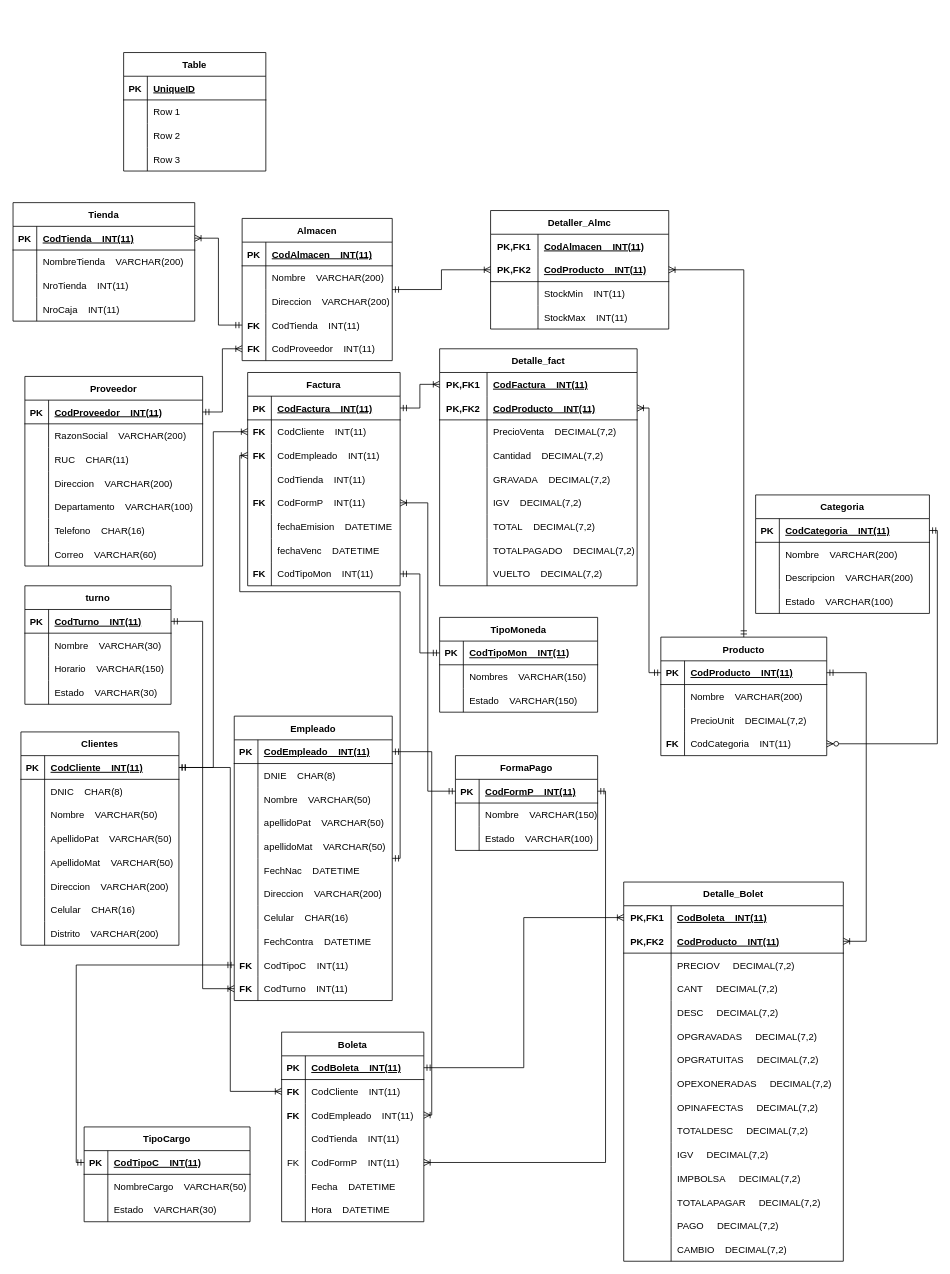
This is Tambo.drawio from josdahuqui1992/SistemaTambo, a draw.io file, before an edit. Source tidied: cells renumbered, new cells numbered last; positions are measured from the earlier drawing's top-left corner, leaving out a move shared by most shapes. Both pictures are drawn from the tidied source at 79%, with x=0, y=0 at pixel (13, 52).
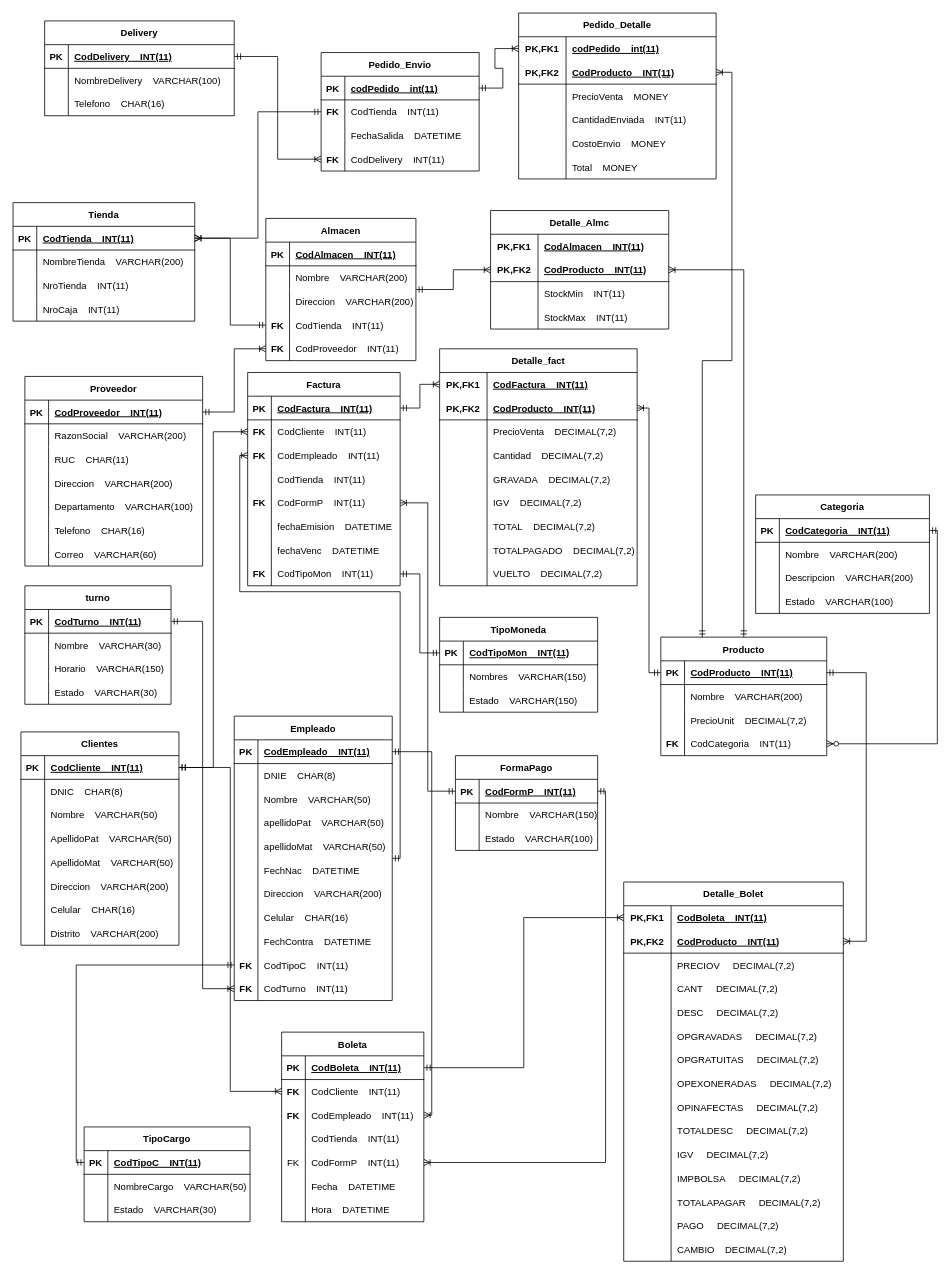
After the change.

Unchanged cells that the change refers to:
```xml
<mxCell id="24" value="Producto" style="shape=table;startSize=30;childLayout=tableLayout;rowLines=0;fontStyle=1;align=center;" parent="1" vertex="1">
  <mxGeometry x="820" y="740" width="210" height="150" as="geometry" />
</mxCell>
<mxCell id="309" style="shape=tableRow;horizontal=0;startSize=0;swimlaneHead=0;swimlaneBody=0;fillColor=none;points=[[0,0.5],[1,0.5]];portConstraint=eastwest;top=0;left=0;right=0;bottom=1;" parent="308" vertex="1">
  <mxGeometry y="30" width="230" height="30" as="geometry" />
</mxCell>
```

Diff of the diagram source:
```diff
@@
-    <mxCell id="278" value="Detaller_Almc" style="shape=table;startSize=30;childLayout=tableLayout;rowLines=0;fontStyle=1;align=center;" parent="1" vertex="1">
+    <mxCell id="278" value="Detalle_Almc" style="shape=table;startSize=30;childLayout=tableLayout;rowLines=0;fontStyle=1;align=center;" parent="1" vertex="1">
       <mxGeometry x="604.5" y="200" width="225.5" height="150" as="geometry" />
     </mxCell>
@@
     <mxCell id="292" value="Almacen" style="shape=table;startSize=30;childLayout=tableLayout;rowLines=0;fontStyle=1;align=center;" parent="1" vertex="1">
-      <mxGeometry x="290" y="210" width="190" height="180" as="geometry" />
+      <mxGeometry x="320" y="210" width="190" height="180" as="geometry" />
     </mxCell>
@@
-    <mxCell id="333" value="Table" style="shape=table;startSize=30;childLayout=tableLayout;rowLines=0;fontStyle=1;align=center;" parent="1" vertex="1">
-      <mxGeometry x="140" width="180" height="150" as="geometry" />
+    <mxCell id="333" value="Pedido_Envio" style="shape=table;startSize=30;childLayout=tableLayout;rowLines=0;fontStyle=1;align=center;" parent="1" vertex="1">
+      <mxGeometry x="390" width="200" height="150" as="geometry" />
     </mxCell>
     <mxCell id="334" style="shape=tableRow;horizontal=0;startSize=0;swimlaneHead=0;swimlaneBody=0;fillColor=none;points=[[0,0.5],[1,0.5]];portConstraint=eastwest;top=0;left=0;right=0;bottom=1;" parent="333" vertex="1">
-      <mxGeometry y="30" width="180" height="30" as="geometry" />
+      <mxGeometry y="30" width="200" height="30" as="geometry" />
     </mxCell>
@@
-    <mxCell id="336" value="UniqueID" style="shape=partialRectangle;fillColor=none;top=0;left=0;bottom=0;right=0;align=left;spacingLeft=6;fontStyle=5;overflow=hidden;" parent="334" vertex="1">
-      <mxGeometry x="30" width="150" height="30" as="geometry" />
+    <mxCell id="336" value="codPedido    int(11)" style="shape=partialRectangle;fillColor=none;top=0;left=0;bottom=0;right=0;align=left;spacingLeft=6;fontStyle=5;overflow=hidden;" parent="334" vertex="1">
+      <mxGeometry x="30" width="170" height="30" as="geometry" />
     </mxCell>
     <mxCell id="337" style="shape=tableRow;horizontal=0;startSize=0;swimlaneHead=0;swimlaneBody=0;fillColor=none;points=[[0,0.5],[1,0.5]];portConstraint=eastwest;top=0;left=0;right=0;bottom=0;" parent="333" vertex="1">
-      <mxGeometry y="60" width="180" height="30" as="geometry" />
+      <mxGeometry y="60" width="200" height="30" as="geometry" />
     </mxCell>
-    <mxCell id="338" style="shape=partialRectangle;fillColor=none;top=0;left=0;bottom=0;right=0;overflow=hidden;" parent="337" vertex="1">
+    <mxCell id="338" value="FK" style="shape=partialRectangle;fillColor=none;top=0;left=0;bottom=0;right=0;overflow=hidden;fontStyle=1;" parent="337" vertex="1">
       <mxGeometry width="30" height="30" as="geometry" />
     </mxCell>
-    <mxCell id="339" value="Row 1" style="shape=partialRectangle;fillColor=none;top=0;left=0;bottom=0;right=0;align=left;spacingLeft=6;overflow=hidden;" parent="337" vertex="1">
-      <mxGeometry x="30" width="150" height="30" as="geometry" />
+    <mxCell id="339" value="CodTienda    INT(11)" style="shape=partialRectangle;fillColor=none;top=0;left=0;bottom=0;right=0;align=left;spacingLeft=6;overflow=hidden;" parent="337" vertex="1">
+      <mxGeometry x="30" width="170" height="30" as="geometry" />
     </mxCell>
     <mxCell id="340" style="shape=tableRow;horizontal=0;startSize=0;swimlaneHead=0;swimlaneBody=0;fillColor=none;top=0;left=0;right=0;bottom=0;" parent="333" vertex="1">
-      <mxGeometry y="90" width="180" height="30" as="geometry" />
+      <mxGeometry y="90" width="200" height="30" as="geometry" />
     </mxCell>
@@
-    <mxCell id="342" value="Row 2" style="shape=partialRectangle;fillColor=none;top=0;left=0;bottom=0;right=0;align=left;spacingLeft=6;overflow=hidden;" parent="340" vertex="1">
-      <mxGeometry x="30" width="150" height="30" as="geometry" />
+    <mxCell id="342" value="FechaSalida    DATETIME" style="shape=partialRectangle;fillColor=none;top=0;left=0;bottom=0;right=0;align=left;spacingLeft=6;overflow=hidden;" parent="340" vertex="1">
+      <mxGeometry x="30" width="170" height="30" as="geometry" />
     </mxCell>
     <mxCell id="343" style="shape=tableRow;horizontal=0;startSize=0;swimlaneHead=0;swimlaneBody=0;fillColor=none;points=[[0,0.5],[1,0.5]];portConstraint=eastwest;top=0;left=0;right=0;bottom=0;" parent="333" vertex="1">
-      <mxGeometry y="120" width="180" height="30" as="geometry" />
+      <mxGeometry y="120" width="200" height="30" as="geometry" />
     </mxCell>
-    <mxCell id="344" style="shape=partialRectangle;fillColor=none;top=0;left=0;bottom=0;right=0;overflow=hidden;" parent="343" vertex="1">
+    <mxCell id="344" value="FK" style="shape=partialRectangle;fillColor=none;top=0;left=0;bottom=0;right=0;overflow=hidden;fontStyle=1;" parent="343" vertex="1">
       <mxGeometry width="30" height="30" as="geometry" />
     </mxCell>
-    <mxCell id="345" value="Row 3" style="shape=partialRectangle;fillColor=none;top=0;left=0;bottom=0;right=0;align=left;spacingLeft=6;overflow=hidden;" parent="343" vertex="1">
-      <mxGeometry x="30" width="150" height="30" as="geometry" />
+    <mxCell id="345" value="CodDelivery    INT(11)" style="shape=partialRectangle;fillColor=none;top=0;left=0;bottom=0;right=0;align=left;spacingLeft=6;overflow=hidden;" parent="343" vertex="1">
+      <mxGeometry x="30" width="170" height="30" as="geometry" />
     </mxCell>
+    <mxCell id="346" value="Delivery" style="shape=table;startSize=30;childLayout=tableLayout;rowLines=0;fontStyle=1;align=center;" parent="1" vertex="1">
+      <mxGeometry x="40" y="-40" width="240" height="120" as="geometry" />
+    </mxCell>
+    <mxCell id="347" style="shape=tableRow;horizontal=0;startSize=0;swimlaneHead=0;swimlaneBody=0;fillColor=none;points=[[0,0.5],[1,0.5]];portConstraint=eastwest;top=0;left=0;right=0;bottom=1;" parent="346" vertex="1">
+      <mxGeometry y="30" width="240" height="30" as="geometry" />
+    </mxCell>
+    <mxCell id="348" value="PK" style="shape=partialRectangle;fillColor=none;top=0;left=0;bottom=0;right=0;fontStyle=1;overflow=hidden;" parent="347" vertex="1">
+      <mxGeometry width="30" height="30" as="geometry" />
+    </mxCell>
+    <mxCell id="349" value="CodDelivery    INT(11)" style="shape=partialRectangle;fillColor=none;top=0;left=0;bottom=0;right=0;align=left;spacingLeft=6;fontStyle=5;overflow=hidden;" parent="347" vertex="1">
+      <mxGeometry x="30" width="210" height="30" as="geometry" />
+    </mxCell>
+    <mxCell id="350" style="shape=tableRow;horizontal=0;startSize=0;swimlaneHead=0;swimlaneBody=0;fillColor=none;top=0;left=0;right=0;bottom=0;" parent="346" vertex="1">
+      <mxGeometry y="60" width="240" height="30" as="geometry" />
+    </mxCell>
+    <mxCell id="351" style="shape=partialRectangle;fillColor=none;top=0;left=0;bottom=0;right=0;overflow=hidden;" parent="350" vertex="1">
+      <mxGeometry width="30" height="30" as="geometry" />
+    </mxCell>
+    <mxCell id="352" value="NombreDelivery    VARCHAR(100)" style="shape=partialRectangle;fillColor=none;top=0;left=0;bottom=0;right=0;align=left;spacingLeft=6;overflow=hidden;" parent="350" vertex="1">
+      <mxGeometry x="30" width="210" height="30" as="geometry" />
+    </mxCell>
+    <mxCell id="353" style="shape=tableRow;horizontal=0;startSize=0;swimlaneHead=0;swimlaneBody=0;fillColor=none;top=0;left=0;right=0;bottom=0;" parent="346" vertex="1">
+      <mxGeometry y="90" width="240" height="30" as="geometry" />
+    </mxCell>
+    <mxCell id="354" style="shape=partialRectangle;fillColor=none;top=0;left=0;bottom=0;right=0;overflow=hidden;" parent="353" vertex="1">
+      <mxGeometry width="30" height="30" as="geometry" />
+    </mxCell>
+    <mxCell id="355" value="Telefono    CHAR(16)" style="shape=partialRectangle;fillColor=none;top=0;left=0;bottom=0;right=0;align=left;spacingLeft=6;overflow=hidden;" parent="353" vertex="1">
+      <mxGeometry x="30" width="210" height="30" as="geometry" />
+    </mxCell>
+    <mxCell id="356" style="edgeStyle=orthogonalEdgeStyle;fontSize=12;html=1;endArrow=ERoneToMany;startArrow=ERmandOne;rounded=0;exitX=0;exitY=0.5;exitDx=0;exitDy=0;entryX=1;entryY=0.5;entryDx=0;entryDy=0;" parent="1" edge="1" source="337" target="309">
+      <mxGeometry relative="1" as="geometry" />
+    </mxCell>
+    <mxCell id="357" value="Pedido_Detalle" style="shape=table;startSize=30;childLayout=tableLayout;rowLines=0;fontStyle=1;align=center;" parent="1" vertex="1">
+      <mxGeometry x="640" y="-50" width="250" height="210" as="geometry" />
+    </mxCell>
+    <mxCell id="358" style="shape=tableRow;horizontal=0;startSize=0;swimlaneHead=0;swimlaneBody=0;fillColor=none;points=[[0,0.5],[1,0.5]];portConstraint=eastwest;top=0;left=0;right=0;bottom=0;" parent="357" vertex="1">
+      <mxGeometry y="30" width="250" height="30" as="geometry" />
+    </mxCell>
+    <mxCell id="359" value="PK,FK1" style="shape=partialRectangle;fillColor=none;top=0;left=0;bottom=0;right=0;fontStyle=1;overflow=hidden;" parent="358" vertex="1">
+      <mxGeometry width="60" height="30" as="geometry" />
+    </mxCell>
+    <mxCell id="360" value="codPedido    int(11)" style="shape=partialRectangle;fillColor=none;top=0;left=0;bottom=0;right=0;align=left;spacingLeft=6;fontStyle=5;overflow=hidden;" parent="358" vertex="1">
+      <mxGeometry x="60" width="190" height="30" as="geometry" />
+    </mxCell>
+    <mxCell id="361" style="shape=tableRow;horizontal=0;startSize=0;swimlaneHead=0;swimlaneBody=0;fillColor=none;points=[[0,0.5],[1,0.5]];portConstraint=eastwest;top=0;left=0;right=0;bottom=1;" parent="357" vertex="1">
+      <mxGeometry y="60" width="250" height="30" as="geometry" />
+    </mxCell>
+    <mxCell id="362" value="PK,FK2" style="shape=partialRectangle;fillColor=none;top=0;left=0;bottom=0;right=0;fontStyle=1;overflow=hidden;" parent="361" vertex="1">
+      <mxGeometry width="60" height="30" as="geometry" />
+    </mxCell>
+    <mxCell id="363" value="CodProducto    INT(11)" style="shape=partialRectangle;fillColor=none;top=0;left=0;bottom=0;right=0;align=left;spacingLeft=6;fontStyle=5;overflow=hidden;" parent="361" vertex="1">
+      <mxGeometry x="60" width="190" height="30" as="geometry" />
+    </mxCell>
+    <mxCell id="364" style="shape=tableRow;horizontal=0;startSize=0;swimlaneHead=0;swimlaneBody=0;fillColor=none;top=0;left=0;right=0;bottom=0;" parent="357" vertex="1">
+      <mxGeometry y="90" width="250" height="30" as="geometry" />
+    </mxCell>
+    <mxCell id="365" style="shape=partialRectangle;fillColor=none;top=0;left=0;bottom=0;right=0;overflow=hidden;" parent="364" vertex="1">
+      <mxGeometry width="60" height="30" as="geometry" />
+    </mxCell>
+    <mxCell id="366" value="PrecioVenta    MONEY" style="shape=partialRectangle;fillColor=none;top=0;left=0;bottom=0;right=0;align=left;spacingLeft=6;overflow=hidden;" parent="364" vertex="1">
+      <mxGeometry x="60" width="190" height="30" as="geometry" />
+    </mxCell>
+    <mxCell id="367" style="shape=tableRow;horizontal=0;startSize=0;swimlaneHead=0;swimlaneBody=0;fillColor=none;top=0;left=0;right=0;bottom=0;" parent="357" vertex="1">
+      <mxGeometry y="120" width="250" height="30" as="geometry" />
+    </mxCell>
+    <mxCell id="368" style="shape=partialRectangle;fillColor=none;top=0;left=0;bottom=0;right=0;overflow=hidden;" parent="367" vertex="1">
+      <mxGeometry width="60" height="30" as="geometry" />
+    </mxCell>
+    <mxCell id="369" value="CantidadEnviada    INT(11)" style="shape=partialRectangle;fillColor=none;top=0;left=0;bottom=0;right=0;align=left;spacingLeft=6;overflow=hidden;" parent="367" vertex="1">
+      <mxGeometry x="60" width="190" height="30" as="geometry" />
+    </mxCell>
+    <mxCell id="370" style="shape=tableRow;horizontal=0;startSize=0;swimlaneHead=0;swimlaneBody=0;fillColor=none;top=0;left=0;right=0;bottom=0;" parent="357" vertex="1">
+      <mxGeometry y="150" width="250" height="30" as="geometry" />
+    </mxCell>
+    <mxCell id="371" style="shape=partialRectangle;fillColor=none;top=0;left=0;bottom=0;right=0;overflow=hidden;" parent="370" vertex="1">
+      <mxGeometry width="60" height="30" as="geometry" />
+    </mxCell>
+    <mxCell id="372" value="CostoEnvio    MONEY" style="shape=partialRectangle;fillColor=none;top=0;left=0;bottom=0;right=0;align=left;spacingLeft=6;overflow=hidden;" parent="370" vertex="1">
+      <mxGeometry x="60" width="190" height="30" as="geometry" />
+    </mxCell>
+    <mxCell id="373" style="shape=tableRow;horizontal=0;startSize=0;swimlaneHead=0;swimlaneBody=0;fillColor=none;top=0;left=0;right=0;bottom=0;" parent="357" vertex="1">
+      <mxGeometry y="180" width="250" height="30" as="geometry" />
+    </mxCell>
+    <mxCell id="374" style="shape=partialRectangle;fillColor=none;top=0;left=0;bottom=0;right=0;overflow=hidden;" parent="373" vertex="1">
+      <mxGeometry width="60" height="30" as="geometry" />
+    </mxCell>
+    <mxCell id="375" value="Total    MONEY" style="shape=partialRectangle;fillColor=none;top=0;left=0;bottom=0;right=0;align=left;spacingLeft=6;overflow=hidden;" parent="373" vertex="1">
+      <mxGeometry x="60" width="190" height="30" as="geometry" />
+    </mxCell>
+    <mxCell id="376" style="edgeStyle=orthogonalEdgeStyle;fontSize=12;html=1;endArrow=ERoneToMany;startArrow=ERmandOne;rounded=0;exitX=1;exitY=0.5;exitDx=0;exitDy=0;entryX=0;entryY=0.5;entryDx=0;entryDy=0;" parent="1" edge="1" source="347" target="343">
+      <mxGeometry relative="1" as="geometry" />
+    </mxCell>
+    <mxCell id="377" style="fontSize=12;html=1;endArrow=ERoneToMany;startArrow=ERmandOne;rounded=0;entryX=1;entryY=0.5;entryDx=0;entryDy=0;exitX=0.25;exitY=0;exitDx=0;exitDy=0;edgeStyle=orthogonalEdgeStyle;" parent="1" edge="1" source="24" target="361">
+      <mxGeometry relative="1" as="geometry">
+        <Array as="points">
+          <mxPoint x="873" y="390" />
+          <mxPoint x="910" y="390" />
+          <mxPoint x="910" y="25" />
+        </Array>
+      </mxGeometry>
+    </mxCell>
+    <mxCell id="378" style="edgeStyle=entityRelationEdgeStyle;fontSize=12;html=1;endArrow=ERoneToMany;startArrow=ERmandOne;rounded=0;entryX=0;entryY=0.5;entryDx=0;entryDy=0;exitX=1;exitY=0.5;exitDx=0;exitDy=0;" parent="1" edge="1" source="334" target="358">
+      <mxGeometry relative="1" as="geometry" />
+    </mxCell>
```
